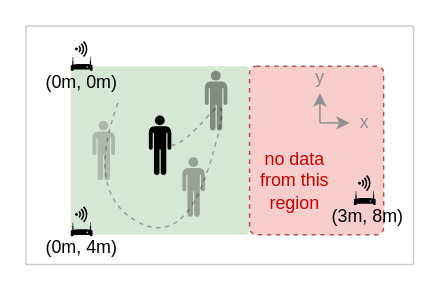
Before: page "expregion" (2 of 2) of documentation/drawings/rss_algo_comparison.drawio in sonebu/wifi_rss_positioning_visioncalib, a draw.io diagram. Source tidied: cells renumbered, new cells numbered last; positions are measured from the earlier drawing's top-left corner, leaving out a move shared by most shapes. Both pictures are drawn from the tidied source at 149%, with x=0, y=0 at pixel (25, 25). Pictures stored in the file or linked from it are replaced by grey dashed boxes.
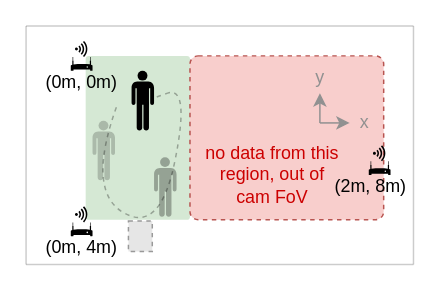
The same diagram, later.

The change refers to these unchanged cells:
```xml
<mxCell id="15" value="(0m, 0m)" style="text;html=1;align=center;verticalAlign=middle;points=[];strokeColor=none;fillColor=none;" parent="1" vertex="1">
  <mxGeometry x="2.3" y="23" width="70" height="30" as="geometry" />
</mxCell>
```

The edit, as a diff of the source:
```diff
@@
     <mxCell id="2" style="rounded=1;whiteSpace=wrap;html=1;fillColor=#d5e8d4;strokeColor=none;arcSize=3;" parent="1" vertex="1">
-      <mxGeometry x="30" y="27" width="120" height="113" as="geometry" />
+      <mxGeometry x="40" y="20" width="70" height="110" as="geometry" />
     </mxCell>
@@
     <mxCell id="10" style="shape=mxgraph.signs.people.man_1;html=1;fillColor=#000000;strokeColor=none;verticalLabelPosition=bottom;verticalAlign=top;align=center;" parent="1" vertex="1">
-      <mxGeometry x="82.4" y="60" width="15.1" height="40" as="geometry" />
+      <mxGeometry x="70.8" y="30" width="15.1" height="40" as="geometry" />
     </mxCell>
     <mxCell id="11" style="shape=mxgraph.signs.people.man_1;html=1;fillColor=#000000;strokeColor=none;verticalLabelPosition=bottom;verticalAlign=top;align=center;opacity=30;" parent="1" vertex="1">
-      <mxGeometry x="104.9" y="88" width="15.1" height="40" as="geometry" />
+      <mxGeometry x="85.9" y="88" width="15.1" height="40" as="geometry" />
     </mxCell>
@@
-    <mxCell id="17" style="shape=mxgraph.signs.people.man_1;html=1;fillColor=#000000;strokeColor=none;verticalLabelPosition=bottom;verticalAlign=top;align=center;opacity=40;" parent="1" vertex="1">
-      <mxGeometry x="120" y="30" width="15.1" height="40" as="geometry" />
-    </mxCell>
@@
     <mxCell id="19" style="curved=1;endArrow=none;html=1;rounded=0;dashed=1;endFill=0;opacity=30;entryX=0.848;entryY=0.953;entryDx=0;entryDy=0;entryPerimeter=0;" parent="1" edge="1" source="10" target="15">
       <mxGeometry relative="1" as="geometry">
         <Array as="points">
-          <mxPoint x="104.9" y="80" />
-          <mxPoint x="140" y="40" />
-          <mxPoint x="105" y="150" />
+          <mxPoint x="80" y="50" />
+          <mxPoint x="110" y="40" />
+          <mxPoint x="90" y="140" />
           <mxPoint x="40" y="110" />
         </Array>
       </mxGeometry>
     </mxCell>
     <mxCell id="20" style="rounded=1;whiteSpace=wrap;html=1;fillColor=#f8cecc;strokeColor=#b85450;dashed=1;arcSize=5;" parent="1" vertex="1">
-      <mxGeometry x="150" y="27" width="90" height="113" as="geometry" />
+      <mxGeometry x="110" y="20" width="130" height="110" as="geometry" />
     </mxCell>
     <mxCell id="21" style="group;" parent="1" vertex="1">
-      <mxGeometry x="220" y="100" width="14.6" height="20" as="geometry" />
+      <mxGeometry x="230" y="80" width="14.6" height="20" as="geometry" />
     </mxCell>
@@
-    <mxCell id="24" value="(3m, 8m)" style="text;html=1;align=center;verticalAlign=middle;strokeColor=none;fillColor=none;" parent="1" vertex="1">
-      <mxGeometry x="194.3" y="113" width="70" height="30" as="geometry" />
+    <mxCell id="24" value="(2m, 8m)" style="text;html=1;align=center;verticalAlign=middle;strokeColor=none;fillColor=none;" parent="1" vertex="1">
+      <mxGeometry x="196.3" y="93" width="70" height="30" as="geometry" />
     </mxCell>
-    <mxCell id="25" value="&lt;font color=&quot;#cc0000&quot;&gt;no data&lt;br&gt;from this&lt;br&gt;region&lt;/font&gt;" style="text;html=1;align=center;verticalAlign=middle;strokeColor=none;fillColor=none;" parent="1" vertex="1">
-      <mxGeometry x="145" y="74" width="70" height="60" as="geometry" />
+    <mxCell id="25" value="&lt;font color=&quot;#cc0000&quot;&gt;no data from this&lt;br&gt;region, out of &lt;br&gt;cam FoV&lt;/font&gt;" style="text;html=1;align=center;verticalAlign=middle;strokeColor=none;fillColor=none;" parent="1" vertex="1">
+      <mxGeometry x="110" y="70" width="110" height="60" as="geometry" />
     </mxCell>
@@
+    <mxCell id="31" style="fillColor=#E6E6E6;strokeColor=#999999;dashed=1;verticalLabelPosition=bottom;labelBackgroundColor=default;verticalAlign=top;" parent="1" vertex="1">
+      <mxGeometry x="68.7" y="130.8" width="16" height="20.5" as="geometry" />
+    </mxCell>
```
